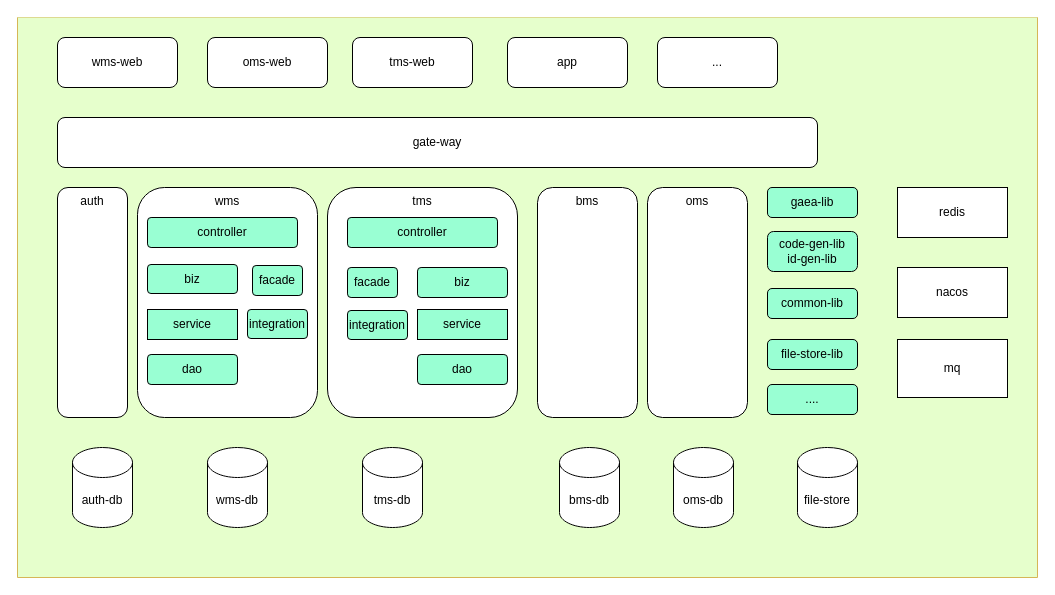
coding-now/awesome-architecture keeps this draw.io diagram as otwb.drawio. Above is the earlier version. Source tidied: cells renumbered, new cells numbered last; positions are measured from the earlier drawing's top-left corner, leaving out a move shared by most shapes. Both pictures are drawn from the tidied source at 100%, with x=0, y=0 at pixel (17, 17).
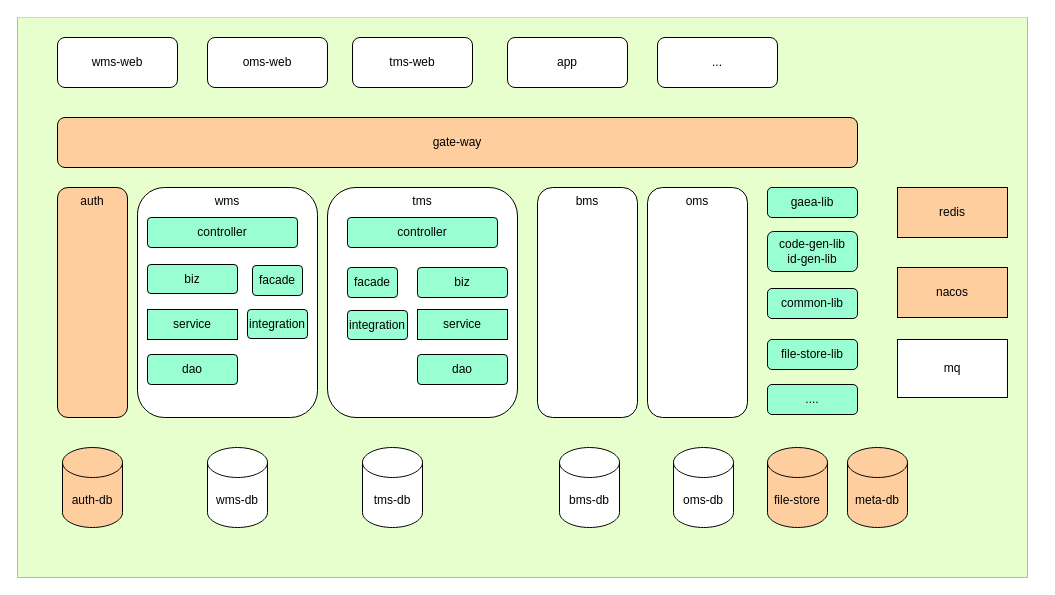
After the change.

The edit, as a diff of the source:
```diff
@@
     <mxCell id="2" style="swimlane;startSize=0;fillColor=#fff2cc;strokeColor=#d6b656;labelBackgroundColor=#FFFFFF;labelBorderColor=none;perimeterSpacing=1;swimlaneFillColor=#E6FFCC;swimlaneLine=0;" parent="1" vertex="1">
-      <mxGeometry width="1020" height="560" as="geometry" />
+      <mxGeometry width="1010" height="560" as="geometry" />
     </mxCell>
@@
-    <mxCell id="6" value="auth-db" style="shape=cylinder3;whiteSpace=wrap;html=1;boundedLbl=1;backgroundOutline=1;size=15;" parent="2" vertex="1">
-      <mxGeometry x="55" y="430" width="60" height="80" as="geometry" />
+    <mxCell id="6" value="auth-db" style="shape=cylinder3;whiteSpace=wrap;html=1;boundedLbl=1;backgroundOutline=1;size=15;fillColor=#FFCE9F;" parent="2" vertex="1">
+      <mxGeometry x="45" y="430" width="60" height="80" as="geometry" />
     </mxCell>
@@
-    <mxCell id="12" value="redis" style="rounded=0;whiteSpace=wrap;html=1;" parent="2" vertex="1">
+    <mxCell id="12" value="redis" style="rounded=0;whiteSpace=wrap;html=1;fillColor=#FFCE9F;" parent="2" vertex="1">
       <mxGeometry x="880" y="170" width="110" height="50" as="geometry" />
     </mxCell>
@@
-    <mxCell id="14" value="nacos" style="rounded=0;whiteSpace=wrap;html=1;" parent="2" vertex="1">
+    <mxCell id="14" value="nacos" style="rounded=0;whiteSpace=wrap;html=1;fillColor=#FFCE9F;" parent="2" vertex="1">
       <mxGeometry x="880" y="250" width="110" height="50" as="geometry" />
     </mxCell>
-    <mxCell id="15" value="auth" style="rounded=1;whiteSpace=wrap;html=1;verticalAlign=top;" parent="2" vertex="1">
+    <mxCell id="15" value="auth" style="rounded=1;whiteSpace=wrap;html=1;verticalAlign=top;fillColor=#FFCE9F;" parent="2" vertex="1">
       <mxGeometry x="40" y="170" width="70" height="230" as="geometry" />
     </mxCell>
-    <mxCell id="16" value="gate-way" style="rounded=1;whiteSpace=wrap;html=1;" parent="2" vertex="1">
-      <mxGeometry x="40" y="100" width="760" height="50" as="geometry" />
+    <mxCell id="16" value="gate-way" style="rounded=1;whiteSpace=wrap;html=1;fillColor=#FFCE9F;" parent="2" vertex="1">
+      <mxGeometry x="40" y="100" width="800" height="50" as="geometry" />
     </mxCell>
@@
-    <mxCell id="25" value="file-store" style="shape=cylinder3;whiteSpace=wrap;html=1;boundedLbl=1;backgroundOutline=1;size=15;" parent="2" vertex="1">
-      <mxGeometry x="780" y="430" width="60" height="80" as="geometry" />
+    <mxCell id="25" value="file-store" style="shape=cylinder3;whiteSpace=wrap;html=1;boundedLbl=1;backgroundOutline=1;size=15;fillColor=#FFCE9F;" parent="2" vertex="1">
+      <mxGeometry x="750" y="430" width="60" height="80" as="geometry" />
     </mxCell>
@@
+    <mxCell id="40" value="meta-db" style="shape=cylinder3;whiteSpace=wrap;html=1;boundedLbl=1;backgroundOutline=1;size=15;fillColor=#FFCE9F;" parent="2" vertex="1">
+      <mxGeometry x="830" y="430" width="60" height="80" as="geometry" />
+    </mxCell>
```
